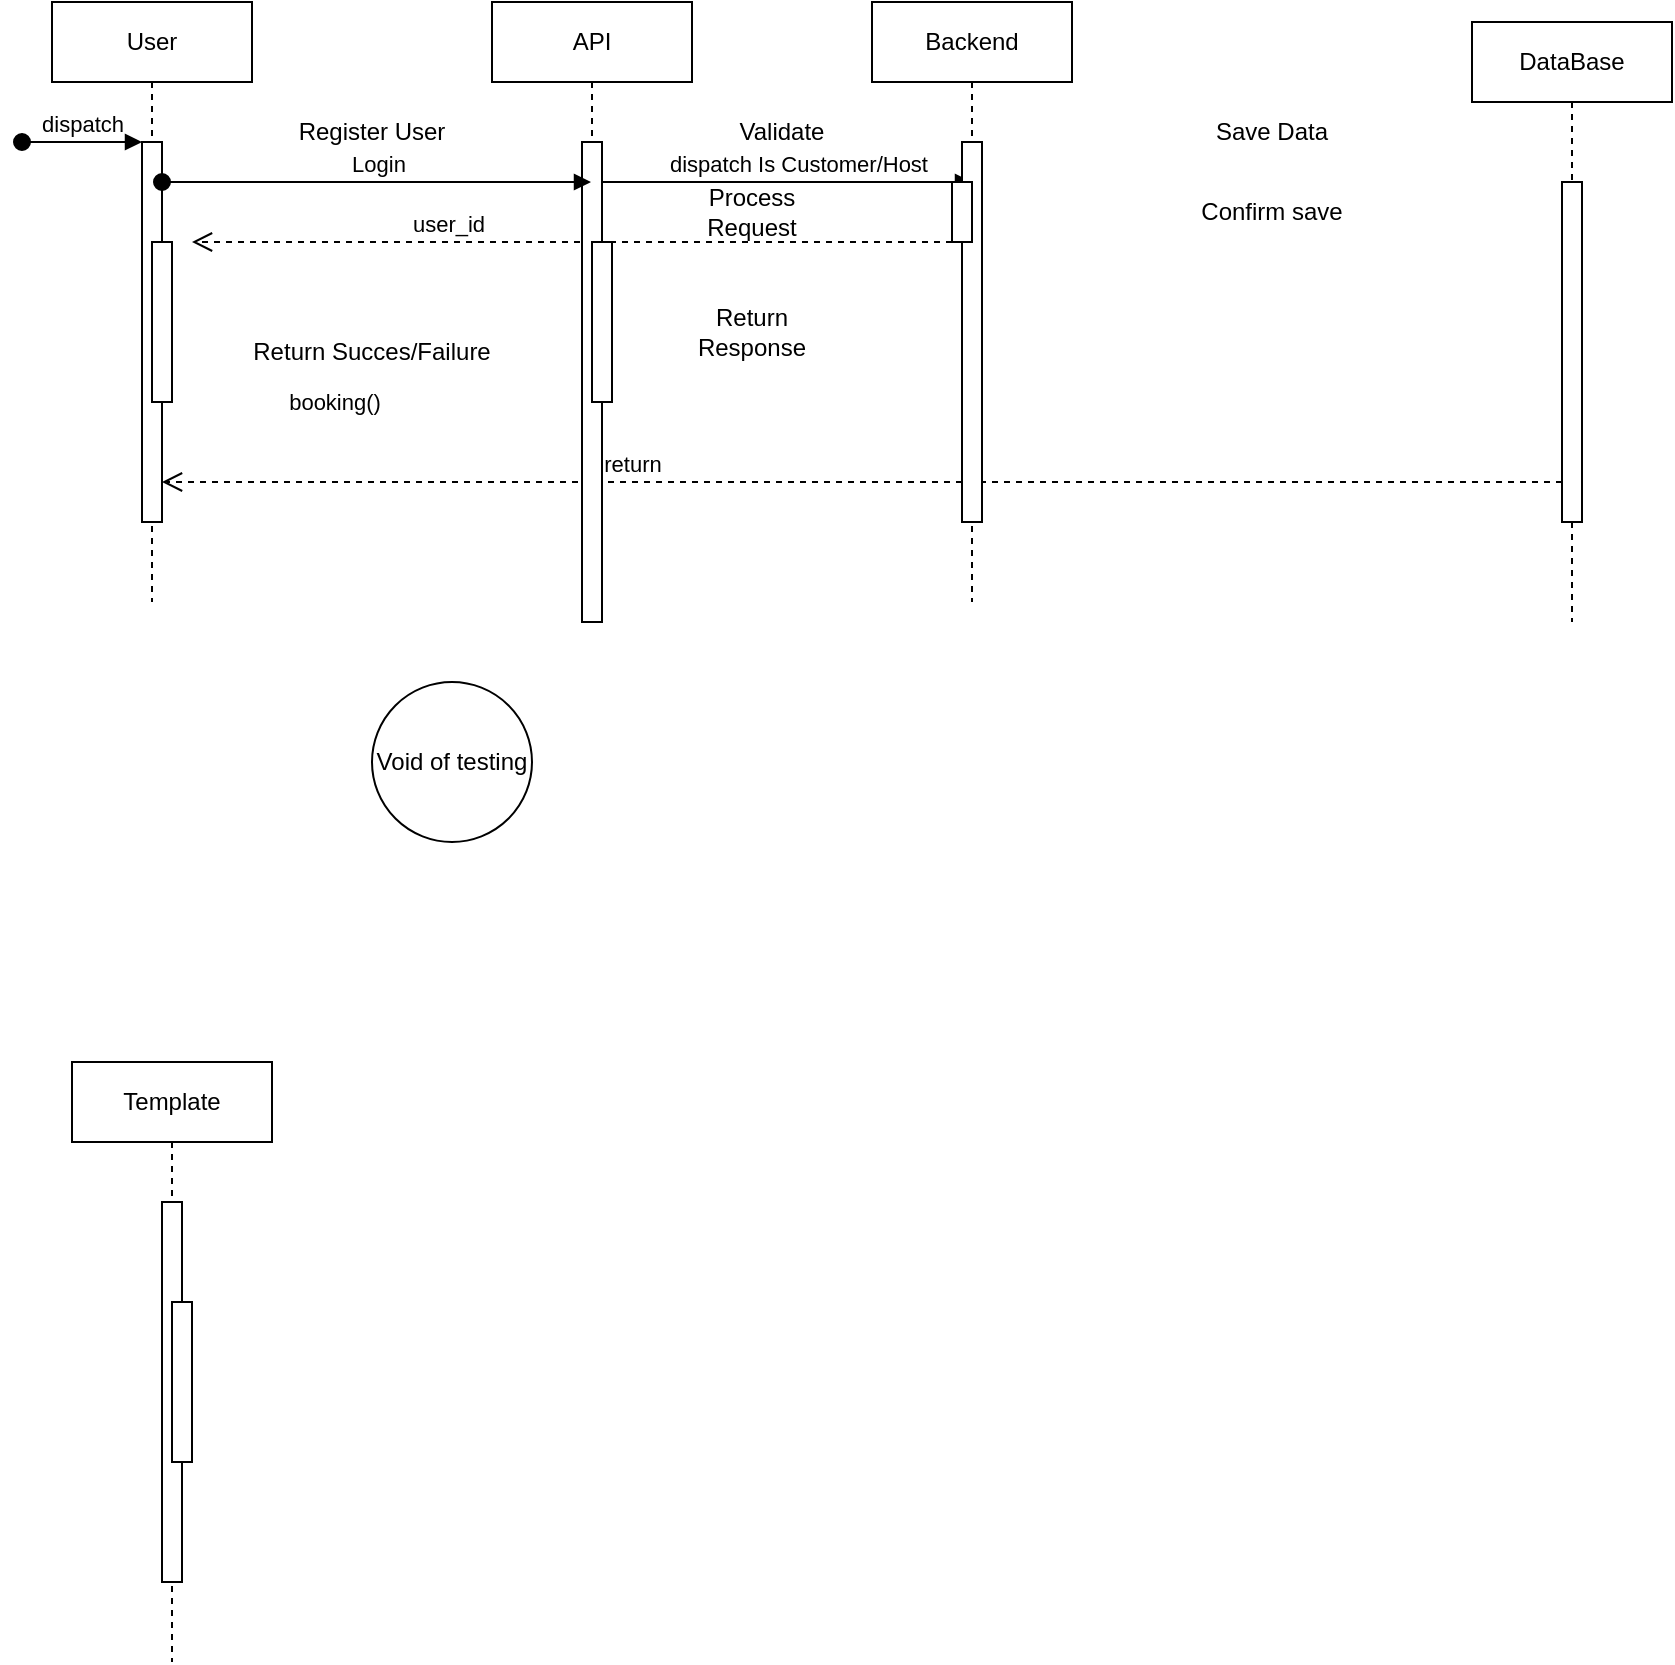
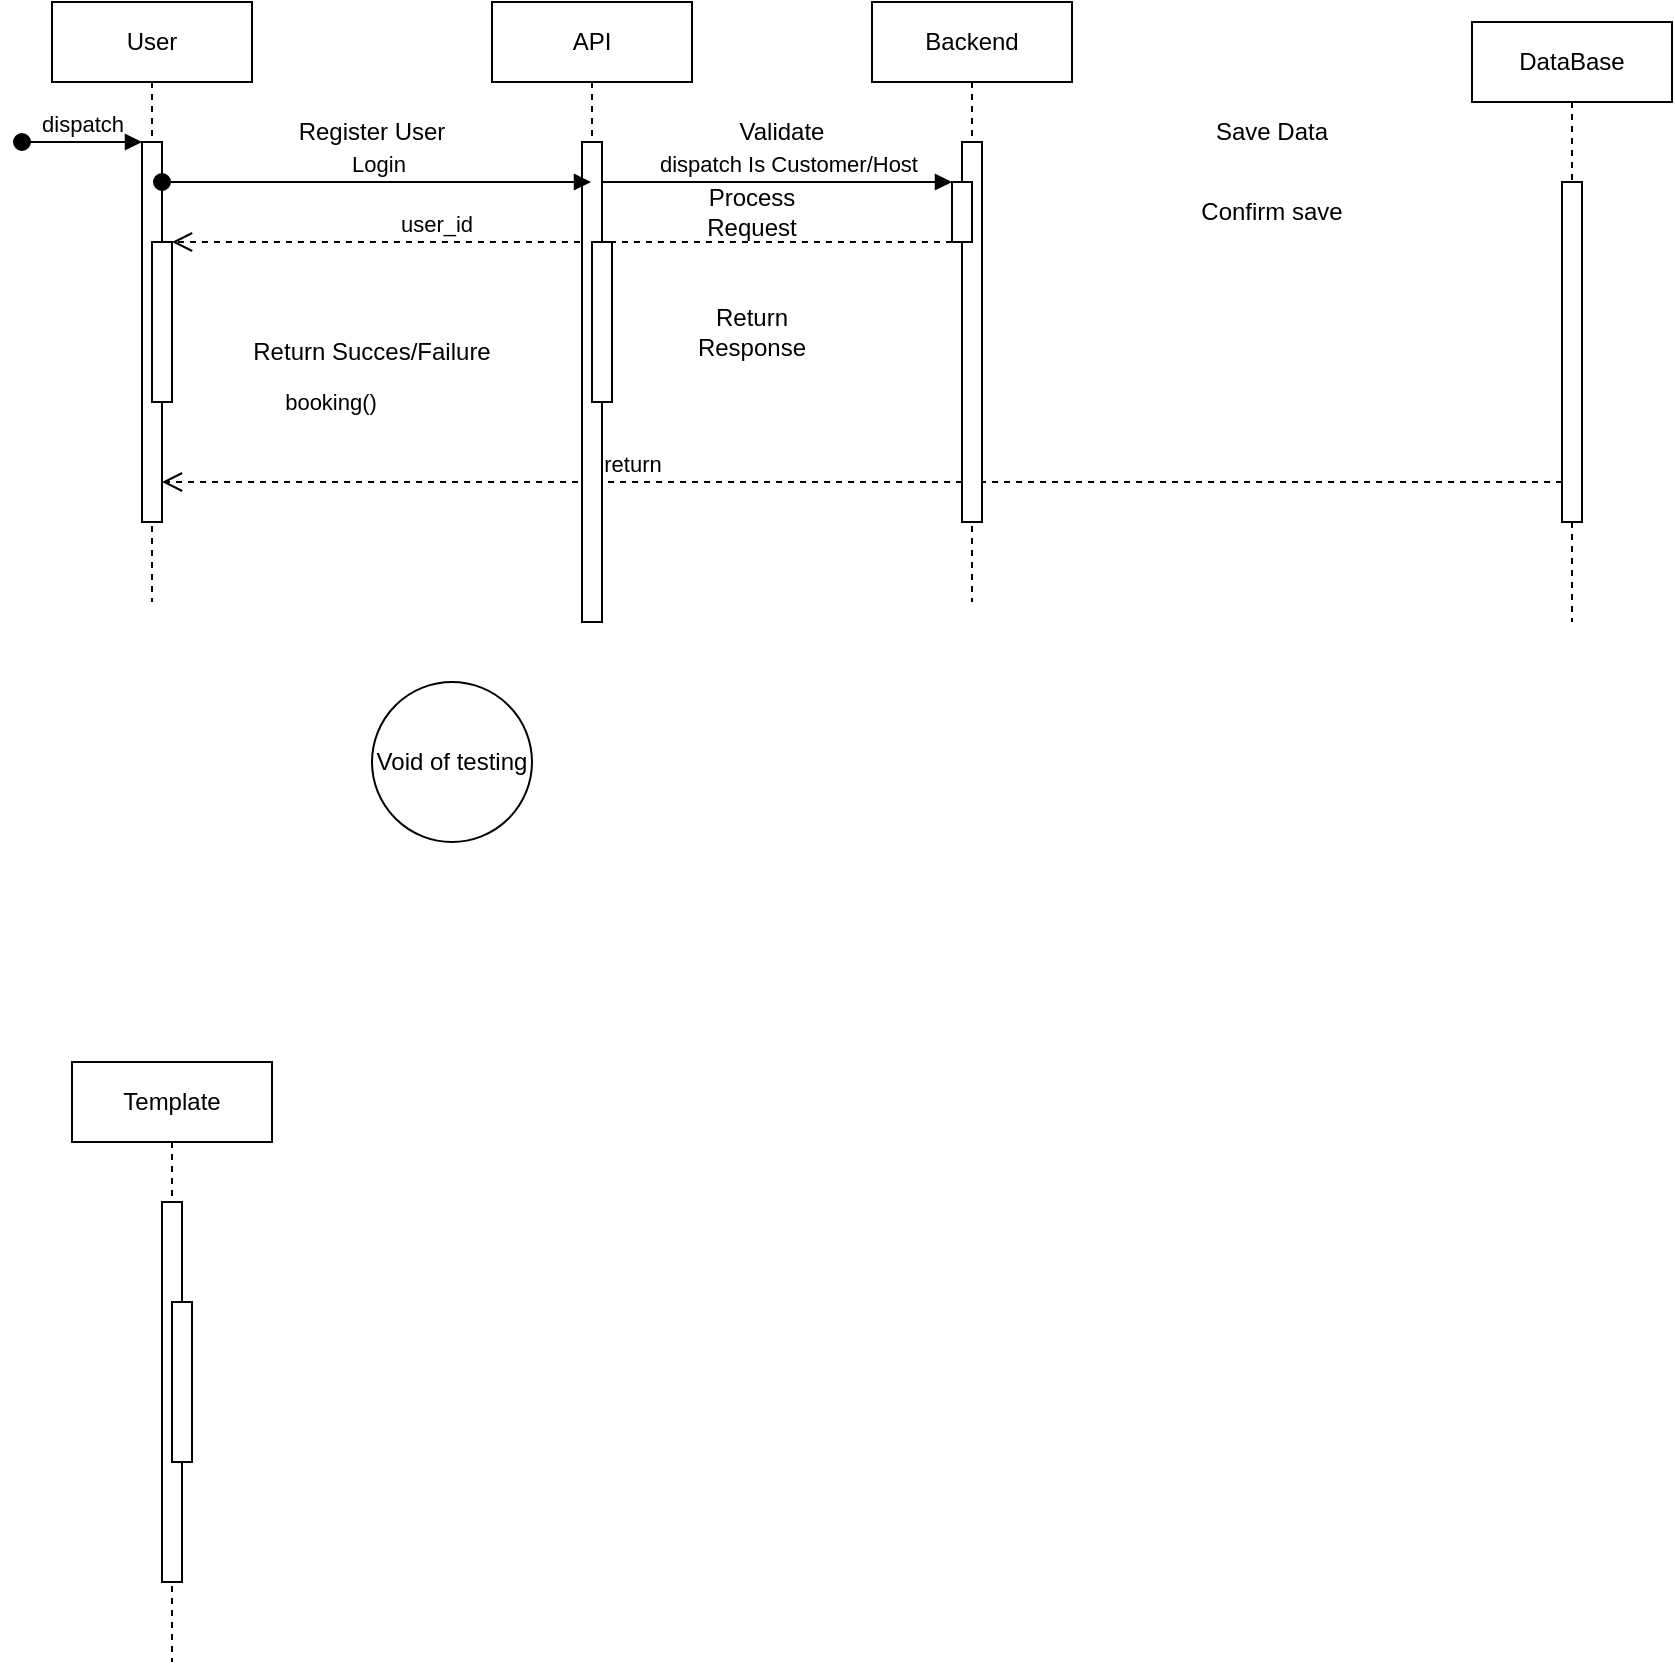
<mxfile host="app.diagrams.net" agent="5.0 (Macintosh; Intel Mac OS X 10_15_7) AppleWebKit/537.36 (KHTML, like Gecko) Chrome/109.0.0.0 Safari/537.36">
  <diagram name="Page-1" id="2YBvvXClWsGukQMizWep">
    <mxGraphModel dx="419" dy="514" grid="1" gridSize="10" guides="1" tooltips="1" connect="1" arrows="1" fold="1" page="1" pageScale="1" pageWidth="850" pageHeight="1100" math="0" shadow="0">
      <root>
        <mxCell id="0" />
        <mxCell id="1" parent="0" />
        <mxCell id="aM9ryv3xv72pqoxQDRHE-1" parent="1" style="shape=umlLifeline;perimeter=lifelinePerimeter;whiteSpace=wrap;html=1;container=0;dropTarget=0;collapsible=0;recursiveResize=0;outlineConnect=0;portConstraint=eastwest;newEdgeStyle={&quot;edgeStyle&quot;:&quot;elbowEdgeStyle&quot;,&quot;elbow&quot;:&quot;vertical&quot;,&quot;curved&quot;:0,&quot;rounded&quot;:0};" value="User" vertex="1">
          <mxGeometry height="300" width="100" x="30" y="40" as="geometry" />
        </mxCell>
        <mxCell id="aM9ryv3xv72pqoxQDRHE-2" parent="aM9ryv3xv72pqoxQDRHE-1" style="html=1;points=[];perimeter=orthogonalPerimeter;outlineConnect=0;targetShapes=umlLifeline;portConstraint=eastwest;newEdgeStyle={&quot;edgeStyle&quot;:&quot;elbowEdgeStyle&quot;,&quot;elbow&quot;:&quot;vertical&quot;,&quot;curved&quot;:0,&quot;rounded&quot;:0};" value="" vertex="1">
          <mxGeometry height="190" width="10" x="45" y="70" as="geometry" />
        </mxCell>
        <mxCell id="aM9ryv3xv72pqoxQDRHE-3" edge="1" parent="aM9ryv3xv72pqoxQDRHE-1" style="html=1;verticalAlign=bottom;startArrow=oval;endArrow=block;startSize=8;edgeStyle=elbowEdgeStyle;elbow=vertical;curved=0;rounded=0;" target="aM9ryv3xv72pqoxQDRHE-2" value="dispatch">
          <mxGeometry relative="1" as="geometry">
            <mxPoint x="-15" y="70" as="sourcePoint" />
          </mxGeometry>
        </mxCell>
        <mxCell id="aM9ryv3xv72pqoxQDRHE-4" parent="aM9ryv3xv72pqoxQDRHE-1" style="html=1;points=[];perimeter=orthogonalPerimeter;outlineConnect=0;targetShapes=umlLifeline;portConstraint=eastwest;newEdgeStyle={&quot;edgeStyle&quot;:&quot;elbowEdgeStyle&quot;,&quot;elbow&quot;:&quot;vertical&quot;,&quot;curved&quot;:0,&quot;rounded&quot;:0};" value="" vertex="1">
          <mxGeometry height="80" width="10" x="50" y="120" as="geometry" />
        </mxCell>
        <mxCell id="aM9ryv3xv72pqoxQDRHE-5" parent="1" style="shape=umlLifeline;perimeter=lifelinePerimeter;whiteSpace=wrap;html=1;container=0;dropTarget=0;collapsible=0;recursiveResize=0;outlineConnect=0;portConstraint=eastwest;newEdgeStyle={&quot;edgeStyle&quot;:&quot;elbowEdgeStyle&quot;,&quot;elbow&quot;:&quot;vertical&quot;,&quot;curved&quot;:0,&quot;rounded&quot;:0};" value="DataBase" vertex="1">
          <mxGeometry height="300" width="100" x="740" y="50" as="geometry" />
        </mxCell>
        <mxCell id="aM9ryv3xv72pqoxQDRHE-6" parent="aM9ryv3xv72pqoxQDRHE-5" style="html=1;points=[];perimeter=orthogonalPerimeter;outlineConnect=0;targetShapes=umlLifeline;portConstraint=eastwest;newEdgeStyle={&quot;edgeStyle&quot;:&quot;elbowEdgeStyle&quot;,&quot;elbow&quot;:&quot;vertical&quot;,&quot;curved&quot;:0,&quot;rounded&quot;:0};" value="" vertex="1">
          <mxGeometry height="170" width="10" x="45" y="80" as="geometry" />
        </mxCell>
-         <mxCell id="aM9ryv3xv72pqoxQDRHE-7" edge="1" parent="1" source="7Z1T8ZwHcXeBXznP6D7j-6" style="html=1;verticalAlign=bottom;endArrow=block;edgeStyle=elbowEdgeStyle;elbow=vertical;curved=0;rounded=0;entryX=0.5;entryY=0.105;entryDx=0;entryDy=0;entryPerimeter=0;" target="7Z1T8ZwHcXeBXznP6D7j-10" value="dispatch Is Customer/Host">
+         <mxCell id="aM9ryv3xv72pqoxQDRHE-7" edge="1" parent="1" source="7Z1T8ZwHcXeBXznP6D7j-6" style="html=1;verticalAlign=bottom;endArrow=block;edgeStyle=elbowEdgeStyle;elbow=vertical;curved=0;rounded=0;" target="7Z1T8ZwHcXeBXznP6D7j-11" value="dispatch Is Customer/Host">
          <mxGeometry relative="1" x="0.0616" as="geometry">
            <mxPoint as="offset" />
            <Array as="points">
              <mxPoint x="440" y="130" />
            </Array>
            <mxPoint x="195" y="130" as="sourcePoint" />
            <mxPoint x="480" y="130" as="targetPoint" />
          </mxGeometry>
        </mxCell>
        <mxCell id="SUudZ_YsPv13DbzPBlVf-1" connectable="0" parent="aM9ryv3xv72pqoxQDRHE-7" style="edgeLabel;html=1;align=center;verticalAlign=middle;resizable=0;points=[];" value="booking()" vertex="1">
          <mxGeometry relative="1" x="-0.6283" y="3" as="geometry">
            <mxPoint x="-169" y="113" as="offset" />
          </mxGeometry>
        </mxCell>
        <mxCell id="aM9ryv3xv72pqoxQDRHE-8" edge="1" parent="1" source="aM9ryv3xv72pqoxQDRHE-6" style="html=1;verticalAlign=bottom;endArrow=open;dashed=1;endSize=8;edgeStyle=elbowEdgeStyle;elbow=vertical;curved=0;rounded=0;" target="aM9ryv3xv72pqoxQDRHE-2" value="return">
          <mxGeometry relative="1" x="0.3286" as="geometry">
            <mxPoint as="offset" />
            <Array as="points">
              <mxPoint x="190" y="280" />
            </Array>
            <mxPoint x="195" y="205" as="targetPoint" />
          </mxGeometry>
        </mxCell>
-         <mxCell id="aM9ryv3xv72pqoxQDRHE-10" edge="1" parent="1" source="7Z1T8ZwHcXeBXznP6D7j-11" style="html=1;verticalAlign=bottom;endArrow=open;dashed=1;endSize=8;edgeStyle=elbowEdgeStyle;elbow=vertical;curved=0;rounded=0;" value="user_id">
+         <mxCell id="aM9ryv3xv72pqoxQDRHE-10" edge="1" parent="1" source="7Z1T8ZwHcXeBXznP6D7j-11" style="html=1;verticalAlign=bottom;endArrow=open;dashed=1;endSize=8;edgeStyle=elbowEdgeStyle;elbow=vertical;curved=0;rounded=0;" target="aM9ryv3xv72pqoxQDRHE-4" value="user_id">
          <mxGeometry relative="1" x="0.325" as="geometry">
            <mxPoint as="offset" />
            <Array as="points">
              <mxPoint x="460" y="160" />
            </Array>
            <mxPoint x="460" y="160" as="sourcePoint" />
            <mxPoint x="100" y="160" as="targetPoint" />
          </mxGeometry>
        </mxCell>
        <mxCell id="7Z1T8ZwHcXeBXznP6D7j-5" parent="1" style="shape=umlLifeline;perimeter=lifelinePerimeter;whiteSpace=wrap;html=1;container=0;dropTarget=0;collapsible=0;recursiveResize=0;outlineConnect=0;portConstraint=eastwest;newEdgeStyle={&quot;edgeStyle&quot;:&quot;elbowEdgeStyle&quot;,&quot;elbow&quot;:&quot;vertical&quot;,&quot;curved&quot;:0,&quot;rounded&quot;:0};" value="API" vertex="1">
          <mxGeometry height="300" width="100" x="250" y="40" as="geometry" />
        </mxCell>
        <mxCell id="7Z1T8ZwHcXeBXznP6D7j-6" parent="7Z1T8ZwHcXeBXznP6D7j-5" style="html=1;points=[];perimeter=orthogonalPerimeter;outlineConnect=0;targetShapes=umlLifeline;portConstraint=eastwest;newEdgeStyle={&quot;edgeStyle&quot;:&quot;elbowEdgeStyle&quot;,&quot;elbow&quot;:&quot;vertical&quot;,&quot;curved&quot;:0,&quot;rounded&quot;:0};" value="" vertex="1">
          <mxGeometry height="240" width="10" x="45" y="70" as="geometry" />
        </mxCell>
        <mxCell id="7Z1T8ZwHcXeBXznP6D7j-8" parent="7Z1T8ZwHcXeBXznP6D7j-5" style="html=1;points=[];perimeter=orthogonalPerimeter;outlineConnect=0;targetShapes=umlLifeline;portConstraint=eastwest;newEdgeStyle={&quot;edgeStyle&quot;:&quot;elbowEdgeStyle&quot;,&quot;elbow&quot;:&quot;vertical&quot;,&quot;curved&quot;:0,&quot;rounded&quot;:0};" value="" vertex="1">
          <mxGeometry height="80" width="10" x="50" y="120" as="geometry" />
        </mxCell>
        <mxCell id="7Z1T8ZwHcXeBXznP6D7j-9" parent="1" style="shape=umlLifeline;perimeter=lifelinePerimeter;whiteSpace=wrap;html=1;container=0;dropTarget=0;collapsible=0;recursiveResize=0;outlineConnect=0;portConstraint=eastwest;newEdgeStyle={&quot;edgeStyle&quot;:&quot;elbowEdgeStyle&quot;,&quot;elbow&quot;:&quot;vertical&quot;,&quot;curved&quot;:0,&quot;rounded&quot;:0};" value="&lt;div&gt;Backend&lt;/div&gt;" vertex="1">
          <mxGeometry height="300" width="100" x="440" y="40" as="geometry" />
        </mxCell>
        <mxCell id="7Z1T8ZwHcXeBXznP6D7j-10" parent="7Z1T8ZwHcXeBXznP6D7j-9" style="html=1;points=[];perimeter=orthogonalPerimeter;outlineConnect=0;targetShapes=umlLifeline;portConstraint=eastwest;newEdgeStyle={&quot;edgeStyle&quot;:&quot;elbowEdgeStyle&quot;,&quot;elbow&quot;:&quot;vertical&quot;,&quot;curved&quot;:0,&quot;rounded&quot;:0};" value="" vertex="1">
          <mxGeometry height="190" width="10" x="45" y="70" as="geometry" />
        </mxCell>
        <mxCell id="7Z1T8ZwHcXeBXznP6D7j-11" parent="7Z1T8ZwHcXeBXznP6D7j-9" style="html=1;points=[];perimeter=orthogonalPerimeter;outlineConnect=0;targetShapes=umlLifeline;portConstraint=eastwest;newEdgeStyle={&quot;edgeStyle&quot;:&quot;elbowEdgeStyle&quot;,&quot;elbow&quot;:&quot;vertical&quot;,&quot;curved&quot;:0,&quot;rounded&quot;:0};" value="" vertex="1">
          <mxGeometry height="30" width="10" x="40" y="90" as="geometry" />
        </mxCell>
        <mxCell id="7Z1T8ZwHcXeBXznP6D7j-12" parent="1" style="shape=umlLifeline;perimeter=lifelinePerimeter;whiteSpace=wrap;html=1;container=0;dropTarget=0;collapsible=0;recursiveResize=0;outlineConnect=0;portConstraint=eastwest;newEdgeStyle={&quot;edgeStyle&quot;:&quot;elbowEdgeStyle&quot;,&quot;elbow&quot;:&quot;vertical&quot;,&quot;curved&quot;:0,&quot;rounded&quot;:0};" value="Template" vertex="1">
          <mxGeometry height="300" width="100" x="40" y="570" as="geometry" />
        </mxCell>
        <mxCell id="7Z1T8ZwHcXeBXznP6D7j-13" parent="7Z1T8ZwHcXeBXznP6D7j-12" style="html=1;points=[];perimeter=orthogonalPerimeter;outlineConnect=0;targetShapes=umlLifeline;portConstraint=eastwest;newEdgeStyle={&quot;edgeStyle&quot;:&quot;elbowEdgeStyle&quot;,&quot;elbow&quot;:&quot;vertical&quot;,&quot;curved&quot;:0,&quot;rounded&quot;:0};" value="" vertex="1">
          <mxGeometry height="190" width="10" x="45" y="70" as="geometry" />
        </mxCell>
        <mxCell id="7Z1T8ZwHcXeBXznP6D7j-14" parent="7Z1T8ZwHcXeBXznP6D7j-12" style="html=1;points=[];perimeter=orthogonalPerimeter;outlineConnect=0;targetShapes=umlLifeline;portConstraint=eastwest;newEdgeStyle={&quot;edgeStyle&quot;:&quot;elbowEdgeStyle&quot;,&quot;elbow&quot;:&quot;vertical&quot;,&quot;curved&quot;:0,&quot;rounded&quot;:0};" value="" vertex="1">
          <mxGeometry height="80" width="10" x="50" y="120" as="geometry" />
        </mxCell>
        <mxCell id="7Z1T8ZwHcXeBXznP6D7j-18" edge="1" parent="1" style="html=1;verticalAlign=bottom;startArrow=oval;endArrow=block;startSize=8;edgeStyle=elbowEdgeStyle;elbow=vertical;curved=0;rounded=0;" target="7Z1T8ZwHcXeBXznP6D7j-5" value="Login">
          <mxGeometry relative="1" as="geometry">
            <mxPoint x="85" y="130" as="sourcePoint" />
            <mxPoint x="150" y="130" as="targetPoint" />
          </mxGeometry>
        </mxCell>
        <mxCell id="D9VVy2PClrj1YHKQl20F-1" parent="1" style="text;html=1;whiteSpace=wrap;strokeColor=none;fillColor=none;align=center;verticalAlign=middle;rounded=0;" value="Register User" vertex="1">
          <mxGeometry height="30" width="100" x="140" y="90" as="geometry" />
        </mxCell>
        <mxCell id="D9VVy2PClrj1YHKQl20F-2" parent="1" style="text;html=1;whiteSpace=wrap;strokeColor=none;fillColor=none;align=center;verticalAlign=middle;rounded=0;" value="Validate" vertex="1">
          <mxGeometry height="30" width="60" x="365" y="90" as="geometry" />
        </mxCell>
        <mxCell id="D9VVy2PClrj1YHKQl20F-3" parent="1" style="text;html=1;whiteSpace=wrap;strokeColor=none;fillColor=none;align=center;verticalAlign=middle;rounded=0;" value="Process Request" vertex="1">
          <mxGeometry height="30" width="60" x="350" y="130" as="geometry" />
        </mxCell>
        <mxCell id="I_nbtK1dwFWHWanF6EMp-1" parent="1" style="text;html=1;whiteSpace=wrap;strokeColor=none;fillColor=none;align=center;verticalAlign=middle;rounded=0;" value="Save Data" vertex="1">
          <mxGeometry height="30" width="60" x="610" y="90" as="geometry" />
        </mxCell>
        <mxCell id="7Z1T8ZwHcXeBXznP6D7j-19" parent="1" style="ellipse;whiteSpace=wrap;html=1;aspect=fixed;" value="Void of testing" vertex="1">
          <mxGeometry height="80" width="80" x="190" y="380" as="geometry" />
        </mxCell>
        <mxCell id="I_nbtK1dwFWHWanF6EMp-2" parent="1" style="text;html=1;whiteSpace=wrap;strokeColor=none;fillColor=none;align=center;verticalAlign=middle;rounded=0;" value="Confirm save" vertex="1">
          <mxGeometry height="30" width="80" x="600" y="130" as="geometry" />
        </mxCell>
        <mxCell id="I_nbtK1dwFWHWanF6EMp-3" parent="1" style="text;html=1;whiteSpace=wrap;strokeColor=none;fillColor=none;align=center;verticalAlign=middle;rounded=0;" value="Return Response" vertex="1">
          <mxGeometry height="30" width="60" x="350" y="190" as="geometry" />
        </mxCell>
        <mxCell id="I_nbtK1dwFWHWanF6EMp-4" parent="1" style="text;html=1;whiteSpace=wrap;strokeColor=none;fillColor=none;align=center;verticalAlign=middle;rounded=0;" value="Return Succes/Failure" vertex="1">
          <mxGeometry height="30" width="140" x="120" y="200" as="geometry" />
        </mxCell>
      </root>
    </mxGraphModel>
  </diagram>
</mxfile>
